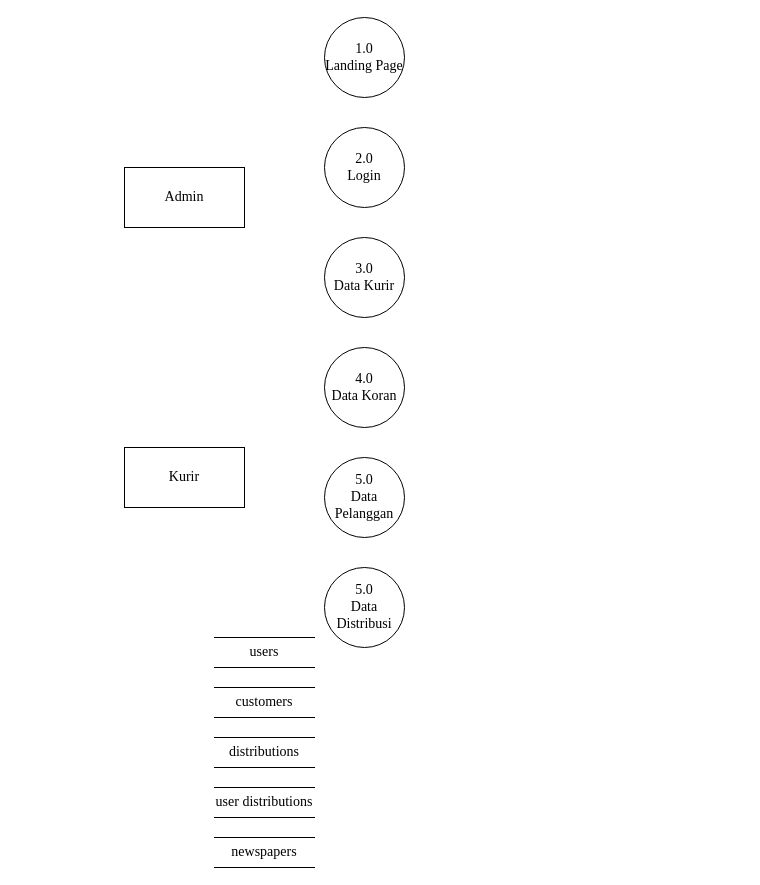
Above: DFD.drawio in kritimauludin/rb-location-tracker-design (draw.io), before the change. Source tidied: cells renumbered, new cells numbered last; positions are measured from the earlier drawing's top-left corner, leaving out a move shared by most shapes. Both pictures are drawn from the tidied source at 100%, with x=0, y=0 at pixel (124, 17).
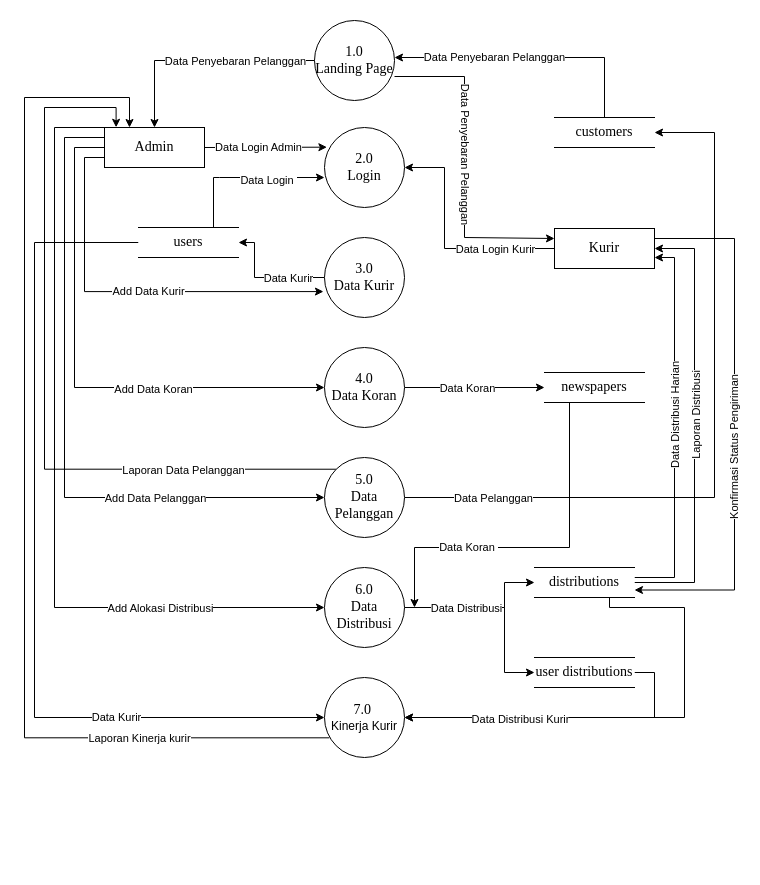
The same diagram, later.

Unchanged cells that the change refers to:
```xml
<mxCell id="3" value="&lt;font face=&quot;Times New Roman&quot; style=&quot;font-size: 14px;&quot;&gt;2.0&lt;br&gt;Login&lt;/font&gt;" style="ellipse;whiteSpace=wrap;html=1;" parent="1" vertex="1">
  <mxGeometry x="200" y="110" width="80" height="80" as="geometry" />
</mxCell>
<mxCell id="4" value="&lt;font face=&quot;Times New Roman&quot; style=&quot;font-size: 14px;&quot;&gt;3.0&lt;br&gt;Data Kurir&lt;/font&gt;" style="ellipse;whiteSpace=wrap;html=1;" parent="1" vertex="1">
  <mxGeometry x="200" y="220" width="80" height="80" as="geometry" />
</mxCell>
<mxCell id="5" value="&lt;font face=&quot;Times New Roman&quot; style=&quot;font-size: 14px;&quot;&gt;4.0&lt;br&gt;Data Koran&lt;/font&gt;" style="ellipse;whiteSpace=wrap;html=1;" parent="1" vertex="1">
  <mxGeometry x="200" y="330" width="80" height="80" as="geometry" />
</mxCell>
<mxCell id="6" value="&lt;font face=&quot;Times New Roman&quot; style=&quot;font-size: 14px;&quot;&gt;5.0&lt;br&gt;Data Pelanggan&lt;/font&gt;" style="ellipse;whiteSpace=wrap;html=1;" parent="1" vertex="1">
  <mxGeometry x="200" y="440" width="80" height="80" as="geometry" />
</mxCell>
```

Change to the diagram source:
```diff
@@
     <mxCell id="2" value="&lt;font style=&quot;font-size: 14px;&quot; face=&quot;Times New Roman&quot;&gt;1.0&lt;br&gt;Landing Page&lt;/font&gt;" style="ellipse;whiteSpace=wrap;html=1;" parent="1" vertex="1">
-      <mxGeometry x="200" width="80" height="80" as="geometry" />
+      <mxGeometry x="190" y="3" width="80" height="80" as="geometry" />
     </mxCell>
@@
+    <mxCell id="15" style="edgeStyle=orthogonalEdgeStyle;rounded=0;jettySize=auto;html=1;entryX=1;entryY=0.5;entryDx=0;entryDy=0;" parent="1" edge="1" source="4" target="10">
+      <mxGeometry relative="1" as="geometry">
+        <Array as="points">
+          <mxPoint x="130" y="260" />
+          <mxPoint x="130" y="225" />
+        </Array>
+      </mxGeometry>
+    </mxCell>
+    <mxCell id="16" value="Data Kurir" style="edgeLabel;html=1;align=center;verticalAlign=middle;" parent="15" vertex="1">
+      <mxGeometry x="-0.25" y="-4" relative="1" as="geometry">
+        <mxPoint x="8" y="4" as="offset" />
+      </mxGeometry>
+    </mxCell>
@@
+    <mxCell id="17" style="edgeStyle=orthogonalEdgeStyle;rounded=0;jettySize=auto;html=1;exitX=1;exitY=0.5;exitDx=0;exitDy=0;entryX=0;entryY=0.5;entryDx=0;entryDy=0;" parent="1" edge="1" source="5" target="14">
+      <mxGeometry relative="1" as="geometry" />
+    </mxCell>
+    <mxCell id="18" value="Data Koran" style="edgeLabel;html=1;align=center;verticalAlign=middle;" parent="17" vertex="1">
+      <mxGeometry x="-0.12" y="-3" relative="1" as="geometry">
+        <mxPoint y="-3" as="offset" />
+      </mxGeometry>
+    </mxCell>
@@
+    <mxCell id="19" style="edgeStyle=orthogonalEdgeStyle;rounded=0;jettySize=auto;html=1;exitX=1;exitY=0.5;exitDx=0;exitDy=0;entryX=1;entryY=0.5;entryDx=0;entryDy=0;" parent="1" edge="1" source="6" target="11">
+      <mxGeometry relative="1" as="geometry">
+        <Array as="points">
+          <mxPoint x="590" y="480" />
+          <mxPoint x="590" y="115" />
+        </Array>
+      </mxGeometry>
+    </mxCell>
+    <mxCell id="20" value="Data Pelanggan" style="edgeLabel;html=1;align=center;verticalAlign=middle;" parent="19" vertex="1">
+      <mxGeometry x="-0.81" y="2" relative="1" as="geometry">
+        <mxPoint x="18" y="2" as="offset" />
+      </mxGeometry>
+    </mxCell>
+    <mxCell id="21" style="edgeStyle=orthogonalEdgeStyle;rounded=0;jettySize=auto;html=1;exitX=0;exitY=0;exitDx=0;exitDy=0;entryX=0.116;entryY=-0.005;entryDx=0;entryDy=0;entryPerimeter=0;" parent="1" edge="1" source="6" target="8">
+      <mxGeometry relative="1" as="geometry">
+        <Array as="points">
+          <mxPoint x="-80" y="452" />
+          <mxPoint x="-80" y="90" />
+          <mxPoint x="-8" y="90" />
+        </Array>
+      </mxGeometry>
+    </mxCell>
+    <mxCell id="22" value="Laporan Data Pelanggan" style="edgeLabel;html=1;align=center;verticalAlign=middle;" parent="21" vertex="1">
+      <mxGeometry x="-0.59" y="1" relative="1" as="geometry" />
+    </mxCell>
@@
+    <mxCell id="23" style="edgeStyle=orthogonalEdgeStyle;rounded=0;jettySize=auto;html=1;exitX=1;exitY=0.5;exitDx=0;exitDy=0;entryX=0;entryY=0.5;entryDx=0;entryDy=0;" parent="1" edge="1" source="7" target="12">
+      <mxGeometry relative="1" as="geometry">
+        <Array as="points">
+          <mxPoint x="380" y="590" />
+          <mxPoint x="380" y="565" />
+        </Array>
+      </mxGeometry>
+    </mxCell>
+    <mxCell id="24" style="edgeStyle=orthogonalEdgeStyle;rounded=0;jettySize=auto;html=1;exitX=1;exitY=0.5;exitDx=0;exitDy=0;entryX=0;entryY=0.5;entryDx=0;entryDy=0;" parent="1" edge="1" source="7" target="13">
+      <mxGeometry relative="1" as="geometry">
+        <Array as="points">
+          <mxPoint x="380" y="590" />
+          <mxPoint x="380" y="655" />
+        </Array>
+      </mxGeometry>
+    </mxCell>
+    <mxCell id="25" value="Data Distribusi" style="edgeLabel;html=1;align=center;verticalAlign=middle;" parent="24" vertex="1">
+      <mxGeometry x="-0.73" y="-1" relative="1" as="geometry">
+        <mxPoint x="35" y="-1" as="offset" />
+      </mxGeometry>
+    </mxCell>
-    <mxCell id="7" value="&lt;font face=&quot;Times New Roman&quot; style=&quot;font-size: 14px;&quot;&gt;5.0&lt;br&gt;Data Distribusi&lt;/font&gt;" style="ellipse;whiteSpace=wrap;html=1;" parent="1" vertex="1">
+    <mxCell id="7" value="&lt;font face=&quot;Times New Roman&quot; style=&quot;font-size: 14px;&quot;&gt;6.0&lt;br&gt;Data Distribusi&lt;/font&gt;" style="ellipse;whiteSpace=wrap;html=1;" parent="1" vertex="1">
       <mxGeometry x="200" y="550" width="80" height="80" as="geometry" />
     </mxCell>
+    <mxCell id="26" style="edgeStyle=orthogonalEdgeStyle;rounded=0;jettySize=auto;html=1;entryX=0;entryY=0.5;entryDx=0;entryDy=0;exitX=0;exitY=0.25;exitDx=0;exitDy=0;" parent="1" edge="1" source="8" target="5">
+      <mxGeometry relative="1" as="geometry">
+        <Array as="points">
+          <mxPoint x="-20" y="130" />
+          <mxPoint x="-50" y="130" />
+          <mxPoint x="-50" y="370" />
+        </Array>
+      </mxGeometry>
+    </mxCell>
+    <mxCell id="27" value="Add Data Koran" style="edgeLabel;html=1;align=center;verticalAlign=middle;" parent="26" vertex="1">
+      <mxGeometry x="0.35" y="-1" relative="1" as="geometry" />
+    </mxCell>
+    <mxCell id="28" style="edgeStyle=orthogonalEdgeStyle;rounded=0;jettySize=auto;html=1;exitX=0;exitY=0;exitDx=0;exitDy=0;entryX=0;entryY=0.5;entryDx=0;entryDy=0;" parent="1" edge="1" source="8" target="7">
+      <mxGeometry relative="1" as="geometry">
+        <Array as="points">
+          <mxPoint x="-70" y="110" />
+          <mxPoint x="-70" y="590" />
+        </Array>
+      </mxGeometry>
+    </mxCell>
+    <mxCell id="29" value="Add Alokasi Distribusi" style="edgeLabel;html=1;align=center;verticalAlign=middle;" parent="28" vertex="1">
+      <mxGeometry x="0.48" y="-3" relative="1" as="geometry">
+        <mxPoint x="43" y="-3" as="offset" />
+      </mxGeometry>
+    </mxCell>
     <mxCell id="8" value="&lt;font style=&quot;font-size: 14px;&quot; face=&quot;Times New Roman&quot;&gt;Admin&lt;/font&gt;" style="rounded=0;whiteSpace=wrap;html=1;" parent="1" vertex="1">
-      <mxGeometry y="150" width="120" height="60" as="geometry" />
+      <mxGeometry x="-20" y="110" width="100" height="40" as="geometry" />
     </mxCell>
+    <mxCell id="30" style="edgeStyle=orthogonalEdgeStyle;rounded=0;jettySize=auto;html=1;exitX=0;exitY=0.5;exitDx=0;exitDy=0;entryX=1;entryY=0.5;entryDx=0;entryDy=0;" parent="1" edge="1" source="9" target="3">
+      <mxGeometry relative="1" as="geometry">
+        <Array as="points">
+          <mxPoint x="320" y="231" />
+          <mxPoint x="320" y="150" />
+        </Array>
+      </mxGeometry>
+    </mxCell>
+    <mxCell id="31" value="Data Login Kurir" style="edgeLabel;html=1;align=center;verticalAlign=middle;" parent="30" vertex="1">
+      <mxGeometry x="-0.76" y="3" relative="1" as="geometry">
+        <mxPoint x="-32" y="-3" as="offset" />
+      </mxGeometry>
+    </mxCell>
+    <mxCell id="32" style="edgeStyle=orthogonalEdgeStyle;rounded=0;jettySize=auto;html=1;exitX=1;exitY=0.25;exitDx=0;exitDy=0;entryX=1;entryY=0.75;entryDx=0;entryDy=0;" parent="1" edge="1" source="9" target="12">
+      <mxGeometry relative="1" as="geometry">
+        <Array as="points">
+          <mxPoint x="610" y="221" />
+          <mxPoint x="610" y="572" />
+        </Array>
+      </mxGeometry>
+    </mxCell>
+    <mxCell id="33" value="Konfirmasi Status Pengiriman" style="edgeLabel;html=1;align=center;verticalAlign=middle;rotation=-90;" parent="32" vertex="1">
+      <mxGeometry x="0.09" y="1" relative="1" as="geometry">
+        <mxPoint x="-2" as="offset" />
+      </mxGeometry>
+    </mxCell>
     <mxCell id="9" value="&lt;font style=&quot;font-size: 14px;&quot; face=&quot;Times New Roman&quot;&gt;Kurir&lt;/font&gt;" style="rounded=0;whiteSpace=wrap;html=1;" parent="1" vertex="1">
-      <mxGeometry y="430" width="120" height="60" as="geometry" />
+      <mxGeometry x="430" y="211" width="100" height="40" as="geometry" />
     </mxCell>
+    <mxCell id="34" style="edgeStyle=orthogonalEdgeStyle;rounded=0;jettySize=auto;html=1;exitX=0;exitY=0.5;exitDx=0;exitDy=0;entryX=0;entryY=0.5;entryDx=0;entryDy=0;" parent="1" edge="1" source="10" target="61">
+      <mxGeometry relative="1" as="geometry">
+        <Array as="points">
+          <mxPoint x="-90" y="225" />
+          <mxPoint x="-90" y="700" />
+        </Array>
+      </mxGeometry>
+    </mxCell>
+    <mxCell id="35" value="Data Kurir" style="edgeLabel;html=1;align=center;verticalAlign=middle;" parent="34" vertex="1">
+      <mxGeometry x="0.52" y="4" relative="1" as="geometry">
+        <mxPoint y="3" as="offset" />
+      </mxGeometry>
+    </mxCell>
     <mxCell id="10" value="&lt;font style=&quot;font-size: 14px;&quot; face=&quot;Times New Roman&quot;&gt;users&lt;/font&gt;" style="html=1;dashed=0;whiteSpace=wrap;shape=partialRectangle;right=0;left=0;" parent="1" vertex="1">
-      <mxGeometry x="90" y="620" width="100" height="30" as="geometry" />
+      <mxGeometry x="14" y="210" width="100" height="30" as="geometry" />
     </mxCell>
     <mxCell id="11" value="&lt;font style=&quot;font-size: 14px;&quot; face=&quot;Times New Roman&quot;&gt;customers&lt;/font&gt;" style="html=1;dashed=0;whiteSpace=wrap;shape=partialRectangle;right=0;left=0;" parent="1" vertex="1">
-      <mxGeometry x="90" y="670" width="100" height="30" as="geometry" />
+      <mxGeometry x="430" y="100" width="100" height="30" as="geometry" />
     </mxCell>
+    <mxCell id="36" style="edgeStyle=orthogonalEdgeStyle;rounded=0;jettySize=auto;html=1;" parent="1" edge="1" source="12">
+      <mxGeometry relative="1" as="geometry">
+        <mxPoint x="530" y="240" as="targetPoint" />
+        <Array as="points">
+          <mxPoint x="550" y="560" />
+          <mxPoint x="550" y="240" />
+        </Array>
+      </mxGeometry>
+    </mxCell>
+    <mxCell id="37" value="Data Distribusi Harian" style="edgeLabel;html=1;align=center;verticalAlign=middle;rotation=-90;" parent="36" vertex="1">
+      <mxGeometry x="0.06" y="4" relative="1" as="geometry">
+        <mxPoint x="4" as="offset" />
+      </mxGeometry>
+    </mxCell>
+    <mxCell id="38" style="edgeStyle=orthogonalEdgeStyle;rounded=0;jettySize=auto;html=1;exitX=1;exitY=0.5;exitDx=0;exitDy=0;entryX=1;entryY=0.5;entryDx=0;entryDy=0;" parent="1" edge="1" source="12" target="9">
+      <mxGeometry relative="1" as="geometry">
+        <Array as="points">
+          <mxPoint x="570" y="565" />
+          <mxPoint x="570" y="231" />
+        </Array>
+      </mxGeometry>
+    </mxCell>
+    <mxCell id="39" value="Laporan Distribusi" style="edgeLabel;html=1;align=center;verticalAlign=middle;rotation=-90;" parent="38" vertex="1">
+      <mxGeometry x="-0.17" y="-1" relative="1" as="geometry">
+        <mxPoint y="-46" as="offset" />
+      </mxGeometry>
+    </mxCell>
+    <mxCell id="40" style="edgeStyle=orthogonalEdgeStyle;rounded=0;jettySize=auto;html=1;exitX=0.75;exitY=1;exitDx=0;exitDy=0;entryX=1;entryY=0.5;entryDx=0;entryDy=0;" parent="1" edge="1" source="12" target="61">
+      <mxGeometry relative="1" as="geometry">
+        <Array as="points">
+          <mxPoint x="485" y="590" />
+          <mxPoint x="560" y="590" />
+          <mxPoint x="560" y="700" />
+        </Array>
+      </mxGeometry>
+    </mxCell>
     <mxCell id="12" value="&lt;font style=&quot;font-size: 14px;&quot; face=&quot;Times New Roman&quot;&gt;distributions&lt;/font&gt;" style="html=1;dashed=0;whiteSpace=wrap;shape=partialRectangle;right=0;left=0;" parent="1" vertex="1">
-      <mxGeometry x="90" y="720" width="100" height="30" as="geometry" />
+      <mxGeometry x="410" y="550" width="100" height="30" as="geometry" />
     </mxCell>
+    <mxCell id="41" style="edgeStyle=orthogonalEdgeStyle;rounded=0;jettySize=auto;html=1;exitX=1;exitY=0.5;exitDx=0;exitDy=0;entryX=1;entryY=0.5;entryDx=0;entryDy=0;" parent="1" edge="1" source="13" target="61">
+      <mxGeometry relative="1" as="geometry" />
+    </mxCell>
+    <mxCell id="42" value="Data Distribusi Kurir" style="edgeLabel;html=1;align=center;verticalAlign=middle;" parent="41" vertex="1">
+      <mxGeometry x="0.27" y="1" relative="1" as="geometry" />
+    </mxCell>
     <mxCell id="13" value="&lt;font style=&quot;font-size: 14px;&quot; face=&quot;Times New Roman&quot;&gt;user distributions&lt;/font&gt;" style="html=1;dashed=0;whiteSpace=wrap;shape=partialRectangle;right=0;left=0;" parent="1" vertex="1">
-      <mxGeometry x="90" y="770" width="100" height="30" as="geometry" />
+      <mxGeometry x="410" y="640" width="100" height="30" as="geometry" />
     </mxCell>
+    <mxCell id="43" style="edgeStyle=orthogonalEdgeStyle;rounded=0;jettySize=auto;html=1;exitX=0.25;exitY=1;exitDx=0;exitDy=0;" parent="1" edge="1" source="14">
+      <mxGeometry relative="1" as="geometry">
+        <mxPoint x="290" y="590" as="targetPoint" />
+        <Array as="points">
+          <mxPoint x="445" y="530" />
+          <mxPoint x="290" y="530" />
+        </Array>
+      </mxGeometry>
+    </mxCell>
+    <mxCell id="44" value="Data Koran&amp;nbsp;" style="edgeLabel;html=1;align=center;verticalAlign=middle;" parent="43" vertex="1">
+      <mxGeometry x="0.37" y="-1" relative="1" as="geometry" />
+    </mxCell>
     <mxCell id="14" value="&lt;font style=&quot;font-size: 14px;&quot; face=&quot;Times New Roman&quot;&gt;newspapers&lt;/font&gt;" style="html=1;dashed=0;whiteSpace=wrap;shape=partialRectangle;right=0;left=0;" parent="1" vertex="1">
-      <mxGeometry x="90" y="820" width="100" height="30" as="geometry" />
+      <mxGeometry x="420" y="355" width="100" height="30" as="geometry" />
     </mxCell>
+    <mxCell id="45" style="endArrow=classic;html=1;rounded=0;exitX=0.5;exitY=0;exitDx=0;exitDy=0;" parent="1" edge="1" source="11">
+      <mxGeometry relative="1" as="geometry">
+        <mxPoint x="270" y="40" as="targetPoint" />
+        <Array as="points">
+          <mxPoint x="480" y="40" />
+        </Array>
+      </mxGeometry>
+    </mxCell>
+    <mxCell id="46" value="Data Penyebaran Pelanggan" style="edgeLabel;html=1;align=center;verticalAlign=middle;" parent="45" vertex="1">
+      <mxGeometry x="0.7" y="2" relative="1" as="geometry">
+        <mxPoint x="59" y="-3" as="offset" />
+      </mxGeometry>
+    </mxCell>
+    <mxCell id="47" style="endArrow=classic;html=1;rounded=0;exitX=1;exitY=0.5;exitDx=0;exitDy=0;entryX=0.03;entryY=0.246;entryDx=0;entryDy=0;entryPerimeter=0;" parent="1" edge="1" source="8" target="3">
+      <mxGeometry relative="1" as="geometry" />
+    </mxCell>
+    <mxCell id="48" value="Data Login Admin" style="edgeLabel;html=1;align=center;verticalAlign=middle;" parent="47" vertex="1">
+      <mxGeometry x="-0.29" y="1" relative="1" as="geometry">
+        <mxPoint x="11" y="1" as="offset" />
+      </mxGeometry>
+    </mxCell>
+    <mxCell id="49" style="endArrow=classic;html=1;rounded=0;exitX=0;exitY=0.5;exitDx=0;exitDy=0;entryX=0.5;entryY=0;entryDx=0;entryDy=0;" parent="1" edge="1" source="2" target="8">
+      <mxGeometry relative="1" as="geometry">
+        <Array as="points">
+          <mxPoint x="30" y="43" />
+        </Array>
+      </mxGeometry>
+    </mxCell>
+    <mxCell id="50" value="Data Penyebaran Pelanggan" style="edgeLabel;html=1;align=center;verticalAlign=middle;" parent="49" vertex="1">
+      <mxGeometry x="-0.21" y="-2" relative="1" as="geometry">
+        <mxPoint x="10" y="2" as="offset" />
+      </mxGeometry>
+    </mxCell>
+    <mxCell id="51" style="endArrow=classic;html=1;rounded=0;entryX=0;entryY=0.25;entryDx=0;entryDy=0;entryPerimeter=0;" parent="1" edge="1" target="9">
+      <mxGeometry relative="1" as="geometry">
+        <mxPoint x="270" y="59" as="sourcePoint" />
+        <Array as="points">
+          <mxPoint x="340" y="59" />
+          <mxPoint x="340" y="220" />
+        </Array>
+      </mxGeometry>
+    </mxCell>
+    <mxCell id="52" value="Data Penyebaran Pelanggan" style="edgeLabel;html=1;align=center;verticalAlign=middle;rotation=90;" parent="51" vertex="1">
+      <mxGeometry x="-0.21" y="-2" relative="1" as="geometry">
+        <mxPoint x="4" y="20" as="offset" />
+      </mxGeometry>
+    </mxCell>
+    <mxCell id="53" style="edgeStyle=orthogonalEdgeStyle;rounded=0;jettySize=auto;html=1;exitX=0.75;exitY=0;exitDx=0;exitDy=0;" parent="1" edge="1" source="10">
+      <mxGeometry relative="1" as="geometry">
+        <mxPoint x="200" y="160" as="targetPoint" />
+        <Array as="points">
+          <mxPoint x="95" y="160" />
+          <mxPoint x="200" y="160" />
+        </Array>
+      </mxGeometry>
+    </mxCell>
+    <mxCell id="54" value="Data Login&amp;nbsp;" style="edgeLabel;html=1;align=center;verticalAlign=middle;" parent="53" vertex="1">
+      <mxGeometry x="-0.76" y="3" relative="1" as="geometry">
+        <mxPoint x="57" y="-29" as="offset" />
+      </mxGeometry>
+    </mxCell>
+    <mxCell id="55" style="edgeStyle=orthogonalEdgeStyle;rounded=0;jettySize=auto;html=1;entryX=-0.013;entryY=0.676;entryDx=0;entryDy=0;entryPerimeter=0;" parent="1" edge="1" source="8" target="4">
+      <mxGeometry relative="1" as="geometry">
+        <Array as="points">
+          <mxPoint x="-40" y="140" />
+          <mxPoint x="-40" y="274" />
+        </Array>
+      </mxGeometry>
+    </mxCell>
+    <mxCell id="56" value="Add Data Kurir" style="edgeLabel;html=1;align=center;verticalAlign=middle;" parent="55" vertex="1">
+      <mxGeometry x="0.11" y="-1" relative="1" as="geometry">
+        <mxPoint y="-2" as="offset" />
+      </mxGeometry>
+    </mxCell>
+    <mxCell id="57" style="edgeStyle=orthogonalEdgeStyle;rounded=0;orthogonalLoop=1;jettySize=auto;html=1;" parent="1" edge="1">
+      <mxGeometry relative="1" as="geometry">
+        <mxPoint x="-20" y="120" as="sourcePoint" />
+        <mxPoint x="200" y="480" as="targetPoint" />
+        <Array as="points">
+          <mxPoint x="-20" y="130" />
+          <mxPoint x="-20" y="120" />
+          <mxPoint x="-60" y="120" />
+          <mxPoint x="-60" y="480" />
+          <mxPoint x="200" y="480" />
+        </Array>
+      </mxGeometry>
+    </mxCell>
+    <mxCell id="58" value="Add Data Pelanggan" style="edgeLabel;html=1;align=center;verticalAlign=middle;" parent="57" vertex="1">
+      <mxGeometry x="0.35" y="-1" relative="1" as="geometry">
+        <mxPoint x="51" y="-1" as="offset" />
+      </mxGeometry>
+    </mxCell>
+    <mxCell id="59" style="edgeStyle=orthogonalEdgeStyle;rounded=0;jettySize=auto;html=1;exitX=0.061;exitY=0.754;exitDx=0;exitDy=0;entryX=0.25;entryY=0;entryDx=0;entryDy=0;exitPerimeter=0;" parent="1" edge="1" source="61" target="8">
+      <mxGeometry relative="1" as="geometry">
+        <Array as="points">
+          <mxPoint x="-100" y="720" />
+          <mxPoint x="-100" y="80" />
+          <mxPoint x="5" y="80" />
+        </Array>
+      </mxGeometry>
+    </mxCell>
+    <mxCell id="60" value="Laporan Kinerja kurir" style="edgeLabel;html=1;align=center;verticalAlign=middle;" parent="59" vertex="1">
+      <mxGeometry x="-0.57" relative="1" as="geometry">
+        <mxPoint x="42" as="offset" />
+      </mxGeometry>
+    </mxCell>
+    <mxCell id="61" value="&lt;font face=&quot;Times New Roman&quot;&gt;&lt;span style=&quot;font-size: 14px;&quot;&gt;7.0&amp;nbsp;&lt;br&gt;&lt;/span&gt;&lt;/font&gt;Kinerja Kurir" style="ellipse;whiteSpace=wrap;html=1;" parent="1" vertex="1">
+      <mxGeometry x="200" y="660" width="80" height="80" as="geometry" />
+    </mxCell>
```
